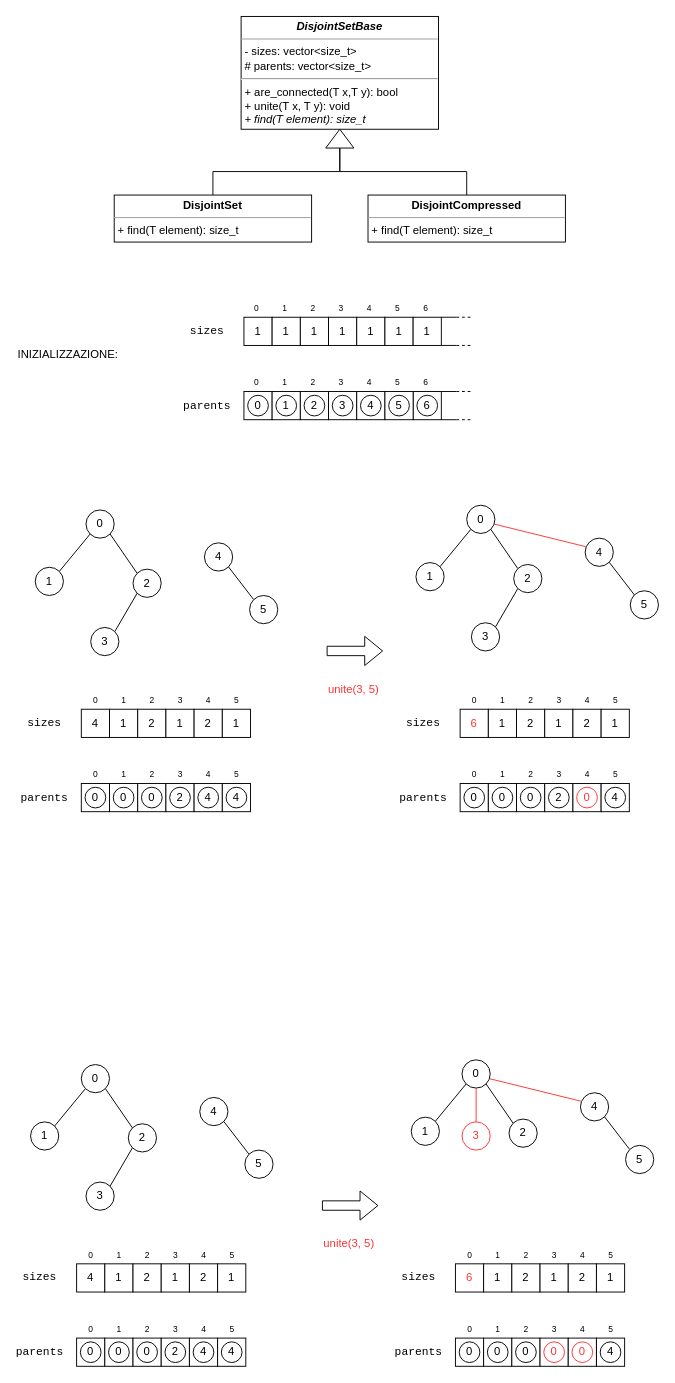
Before: report/images/DisjointSet abstract.drawio in jkomyno/algorithms-hw1, a draw.io diagram. Source tidied: cells renumbered, new cells numbered last; positions are measured from the earlier drawing's top-left corner, leaving out a move shared by most shapes. Both pictures are drawn from the tidied source at 94%, with x=0, y=0 at pixel (16, 16).
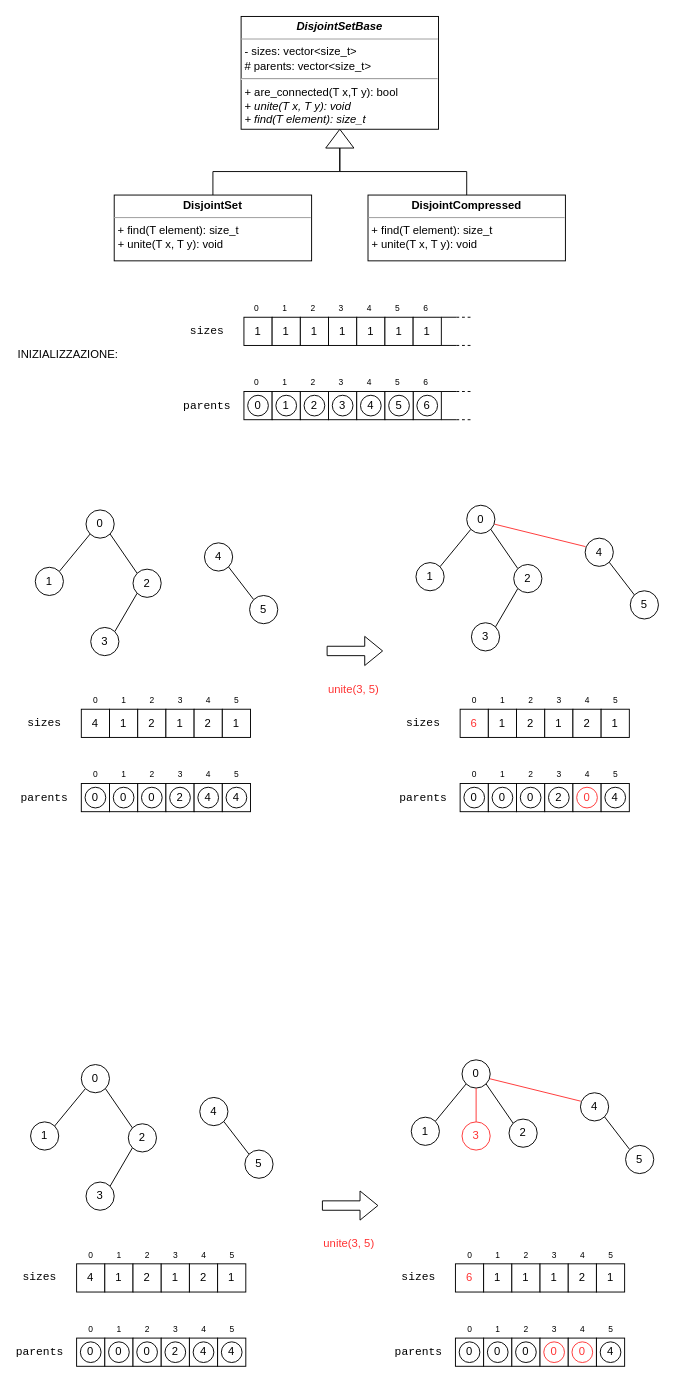
The same diagram, later.

Commit message (it also covers changes not shown here):
re-aligned kruskal union find with the new changes in code

Change to the diagram source:
```diff
@@
-    <mxCell id="2" value="&lt;p style=&quot;margin: 0px ; margin-top: 4px ; text-align: center&quot;&gt;&lt;b&gt;&lt;i&gt;DisjointSetBase&lt;/i&gt;&lt;/b&gt;&lt;br&gt;&lt;/p&gt;&lt;hr size=&quot;1&quot;&gt;&lt;p style=&quot;margin: 0px ; margin-left: 4px&quot;&gt;- sizes:&amp;nbsp;vector&amp;lt;size_t&amp;gt;&lt;/p&gt;&lt;p style=&quot;margin: 0px ; margin-left: 4px&quot;&gt;# parents: vector&amp;lt;size_t&amp;gt;&lt;/p&gt;&lt;hr&gt;&lt;p style=&quot;margin: 0px 0px 0px 4px&quot;&gt;+ are_connected(T x,T y): bool&lt;/p&gt;&lt;p style=&quot;margin: 0px 0px 0px 4px&quot;&gt;+ unite(T x, T y): void&lt;/p&gt;&lt;p style=&quot;margin: 0px 0px 0px 4px&quot;&gt;&lt;i&gt;+ find(T element): size_t&lt;/i&gt;&lt;br&gt;&lt;/p&gt;" style="verticalAlign=top;align=left;overflow=fill;fontSize=12;fontFamily=Helvetica;html=1;fillColor=none;" parent="1" vertex="1">
+    <mxCell id="2" value="&lt;p style=&quot;margin: 0px ; margin-top: 4px ; text-align: center&quot;&gt;&lt;b&gt;&lt;i&gt;DisjointSetBase&lt;/i&gt;&lt;/b&gt;&lt;br&gt;&lt;/p&gt;&lt;hr size=&quot;1&quot;&gt;&lt;p style=&quot;margin: 0px ; margin-left: 4px&quot;&gt;- sizes:&amp;nbsp;vector&amp;lt;size_t&amp;gt;&lt;/p&gt;&lt;p style=&quot;margin: 0px ; margin-left: 4px&quot;&gt;# parents: vector&amp;lt;size_t&amp;gt;&lt;/p&gt;&lt;hr&gt;&lt;p style=&quot;margin: 0px 0px 0px 4px&quot;&gt;+ are_connected(T x,T y): bool&lt;/p&gt;&lt;p style=&quot;margin: 0px 0px 0px 4px&quot;&gt;+ &lt;i&gt;unite(T x, T y): void&lt;/i&gt;&lt;/p&gt;&lt;p style=&quot;margin: 0px 0px 0px 4px&quot;&gt;&lt;i&gt;+ find(T element): size_t&lt;/i&gt;&lt;br&gt;&lt;/p&gt;" style="verticalAlign=top;align=left;overflow=fill;fontSize=12;fontFamily=Helvetica;html=1;fillColor=none;" parent="1" vertex="1">
       <mxGeometry x="239" width="210" height="120" as="geometry" />
     </mxCell>
@@
-    <mxCell id="6" value="&lt;p style=&quot;margin: 0px ; margin-top: 4px ; text-align: center&quot;&gt;&lt;b&gt;DisjointSet&lt;/b&gt;&lt;br&gt;&lt;/p&gt;&lt;hr size=&quot;1&quot;&gt;&lt;p style=&quot;margin: 0px 0px 0px 4px&quot;&gt;+ find(T element): size_t&lt;/p&gt;&lt;p style=&quot;margin: 0px 0px 0px 4px&quot;&gt;&lt;br&gt;&lt;/p&gt;" style="verticalAlign=top;align=left;overflow=fill;fontSize=12;fontFamily=Helvetica;html=1;fillColor=none;" parent="1" vertex="1">
-      <mxGeometry x="104" y="190" width="210" height="50" as="geometry" />
+    <mxCell id="6" value="&lt;p style=&quot;margin: 0px ; margin-top: 4px ; text-align: center&quot;&gt;&lt;b&gt;DisjointSet&lt;/b&gt;&lt;br&gt;&lt;/p&gt;&lt;hr size=&quot;1&quot;&gt;&lt;p style=&quot;margin: 0px 0px 0px 4px&quot;&gt;+ find(T element): size_t&lt;/p&gt;&lt;p style=&quot;margin: 0px 0px 0px 4px&quot;&gt;&lt;i&gt;+ &lt;/i&gt;unite(T x, T y): void&lt;br&gt;&lt;/p&gt;&lt;p style=&quot;margin: 0px 0px 0px 4px&quot;&gt;&lt;br&gt;&lt;/p&gt;" style="verticalAlign=top;align=left;overflow=fill;fontSize=12;fontFamily=Helvetica;html=1;fillColor=none;" parent="1" vertex="1">
+      <mxGeometry x="104" y="190" width="210" height="70" as="geometry" />
     </mxCell>
-    <mxCell id="7" value="&lt;p style=&quot;margin: 0px ; margin-top: 4px ; text-align: center&quot;&gt;&lt;b&gt;DisjointCompressed&lt;/b&gt;&lt;br&gt;&lt;/p&gt;&lt;hr size=&quot;1&quot;&gt;&lt;p style=&quot;margin: 0px ; margin-left: 4px&quot;&gt;&lt;span&gt;+ find(T element): size_t&lt;/span&gt;&lt;br&gt;&lt;/p&gt;&lt;p style=&quot;margin: 0px ; margin-left: 4px&quot;&gt;&lt;br&gt;&lt;/p&gt;" style="verticalAlign=top;align=left;overflow=fill;fontSize=12;fontFamily=Helvetica;html=1;fillColor=none;" parent="1" vertex="1">
-      <mxGeometry x="374" y="190" width="210" height="50" as="geometry" />
+    <mxCell id="7" value="&lt;p style=&quot;margin: 0px ; margin-top: 4px ; text-align: center&quot;&gt;&lt;b&gt;DisjointCompressed&lt;/b&gt;&lt;br&gt;&lt;/p&gt;&lt;hr size=&quot;1&quot;&gt;&lt;p style=&quot;margin: 0px ; margin-left: 4px&quot;&gt;&lt;span&gt;+ find(T element): size_t&lt;/span&gt;&lt;br&gt;&lt;/p&gt;&lt;p style=&quot;margin: 0px ; margin-left: 4px&quot;&gt;&lt;i&gt;+ &lt;/i&gt;unite(T x, T y): void&lt;span&gt;&lt;br&gt;&lt;/span&gt;&lt;/p&gt;&lt;p style=&quot;margin: 0px ; margin-left: 4px&quot;&gt;&lt;br&gt;&lt;/p&gt;" style="verticalAlign=top;align=left;overflow=fill;fontSize=12;fontFamily=Helvetica;html=1;fillColor=none;" parent="1" vertex="1">
+      <mxGeometry x="374" y="190" width="210" height="70" as="geometry" />
     </mxCell>
@@
-    <mxCell id="150" value="2" style="rounded=0;whiteSpace=wrap;html=1;" parent="1" vertex="1">
+    <mxCell id="150" value="1" style="rounded=0;whiteSpace=wrap;html=1;" parent="1" vertex="1">
       <mxGeometry x="527" y="1327" width="30" height="30" as="geometry" />
     </mxCell>
```
